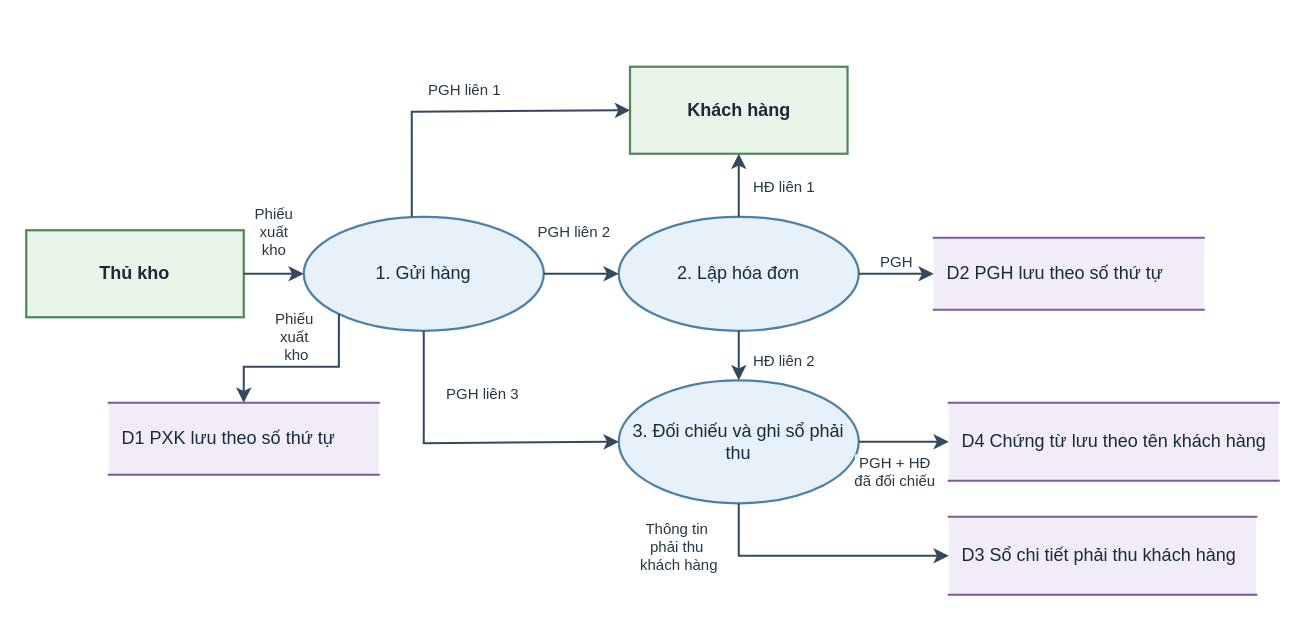
The draw.io diagram assets/drawio/04_fresh_fruit_dfd.drawio in saigonbaddielover/thtrang, before the edit. Source tidied: cells renumbered, new cells numbered last; positions are measured from the earlier drawing's top-left corner, leaving out a move shared by most shapes. Both pictures are drawn from the tidied source at 150%, with x=0, y=0 at pixel (26, 66).
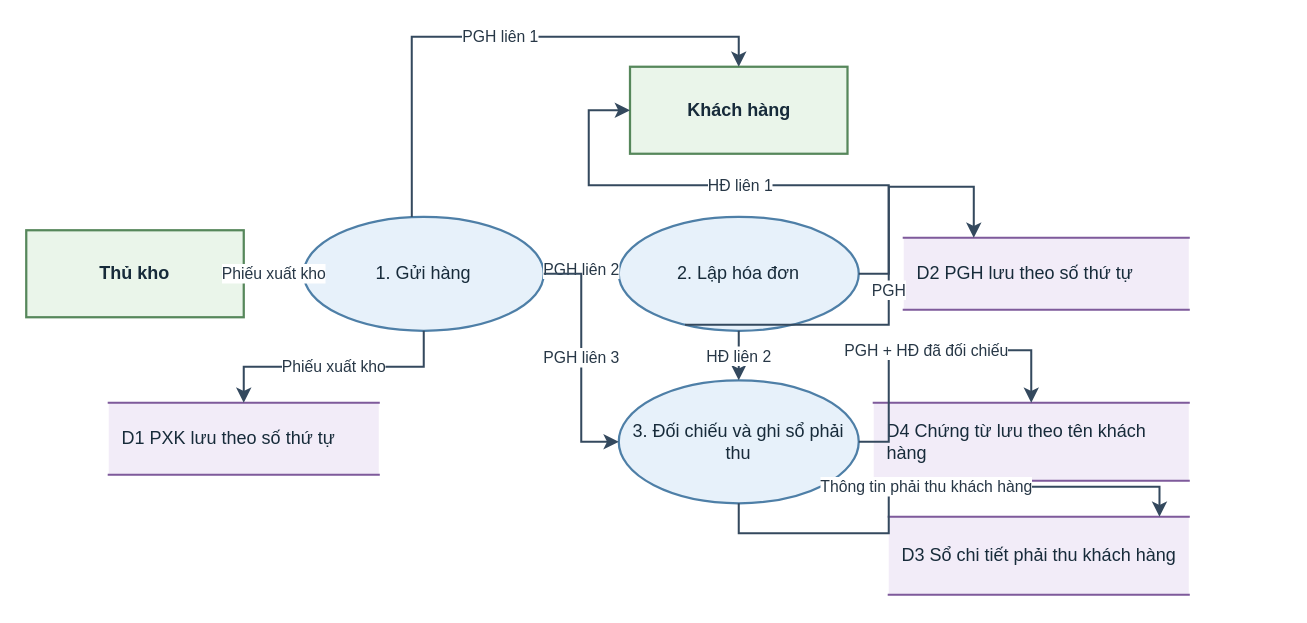
Above is the later version.

The change refers to these unchanged cells:
```xml
<mxCell id="2" value="Thủ kho" style="rounded=0;html=1;whiteSpace=wrap;fontFamily=Arial;align=center;verticalAlign=middle;fontColor=#172B3A; fontSize=11;fontStyle=1;spacing=5;fillColor=#EAF5EA;strokeColor=#56875B;strokeWidth=1.5;" parent="1" vertex="1">
  <mxGeometry y="109" width="145" height="58" as="geometry" />
</mxCell>
<mxCell id="3" value="Khách hàng" style="rounded=0;html=1;whiteSpace=wrap;fontFamily=Arial;align=center;verticalAlign=middle;fontColor=#172B3A; fontSize=11;fontStyle=1;spacing=5;fillColor=#EAF5EA;strokeColor=#56875B;strokeWidth=1.5;" parent="1" vertex="1">
  <mxGeometry x="402.5" width="145" height="58" as="geometry" />
</mxCell>
<mxCell id="4" value="1. Gửi hàng" style="shape=ellipse;perimeter=ellipsePerimeter;html=1;whiteSpace=wrap;fontFamily=Arial;align=center;verticalAlign=middle;fontColor=#172B3A; fontSize=11;spacing=5;fillColor=#E7F1FA;strokeColor=#4E7FA7;strokeWidth=1.5;" parent="1" vertex="1">
  <mxGeometry x="185" y="100" width="160" height="76" as="geometry" />
</mxCell>
<mxCell id="5" value="2. Lập hóa đơn" style="shape=ellipse;perimeter=ellipsePerimeter;html=1;whiteSpace=wrap;fontFamily=Arial;align=center;verticalAlign=middle;fontColor=#172B3A; fontSize=11;spacing=5;fillColor=#E7F1FA;strokeColor=#4E7FA7;strokeWidth=1.5;" parent="1" vertex="1">
  <mxGeometry x="395" y="100" width="160" height="76" as="geometry" />
</mxCell>
<mxCell id="6" value="3. Đối chiếu và ghi sổ phải thu" style="shape=ellipse;perimeter=ellipsePerimeter;html=1;whiteSpace=wrap;fontFamily=Arial;align=center;verticalAlign=middle;fontColor=#172B3A; fontSize=11;spacing=5;fillColor=#E7F1FA;strokeColor=#4E7FA7;strokeWidth=1.5;" parent="1" vertex="1">
  <mxGeometry x="395" y="209" width="160" height="82" as="geometry" />
</mxCell>
```

Diff of the diagram source:
```diff
@@
-    <mxCell id="7" value="D1  PXK lưu theo số thứ tự" style="shape=partialRectangle;right=0;left=0;html=1;whiteSpace=wrap;fontFamily=Arial;align=center;verticalAlign=middle;fontColor=#172B3A; fontSize=10;align=left;spacingLeft=7;spacingRight=4;fillColor=#F2ECF8;strokeColor=#7E5A9B;strokeWidth=1.4;" parent="1" vertex="1">
+    <mxCell id="7" value="D1  PXK lưu theo số thứ tự" style="shape=partialRectangle;right=0;left=0;html=1;whiteSpace=wrap;fontFamily=Arial;align=center;verticalAlign=middle;fontColor=#172B3A; fontSize=10.5;align=left;spacingLeft=7;spacingRight=4;fillColor=#F2ECF8;strokeColor=#7E5A9B;strokeWidth=1.4;" parent="1" vertex="1">
       <mxGeometry x="55" y="224" width="180" height="48" as="geometry" />
     </mxCell>
-    <mxCell id="8" value="D2  PGH lưu theo số thứ tự" style="shape=partialRectangle;right=0;left=0;html=1;whiteSpace=wrap;fontFamily=Arial;align=center;verticalAlign=middle;fontColor=#172B3A; fontSize=10;align=left;spacingLeft=7;spacingRight=4;fillColor=#F2ECF8;strokeColor=#7E5A9B;strokeWidth=1.4;" parent="1" vertex="1">
-      <mxGeometry x="605" y="114" width="180" height="48" as="geometry" />
+    <mxCell id="8" value="D2  PGH lưu theo số thứ tự" style="shape=partialRectangle;right=0;left=0;html=1;whiteSpace=wrap;fontFamily=Arial;align=center;verticalAlign=middle;fontColor=#172B3A; fontSize=10.5;align=left;spacingLeft=7;spacingRight=4;fillColor=#F2ECF8;strokeColor=#7E5A9B;strokeWidth=1.4;" parent="1" vertex="1">
+      <mxGeometry x="585" y="114" width="190" height="48" as="geometry" />
     </mxCell>
-    <mxCell id="9" value="D3  Sổ chi tiết phải thu khách hàng" style="shape=partialRectangle;right=0;left=0;html=1;whiteSpace=wrap;fontFamily=Arial;align=center;verticalAlign=middle;fontColor=#172B3A; fontSize=10;align=left;spacingLeft=7;spacingRight=4;fillColor=#F2ECF8;strokeColor=#7E5A9B;strokeWidth=1.4;" parent="1" vertex="1">
-      <mxGeometry x="615" y="300" width="205" height="52" as="geometry" />
+    <mxCell id="9" value="D3  Sổ chi tiết phải thu khách hàng" style="shape=partialRectangle;right=0;left=0;html=1;whiteSpace=wrap;fontFamily=Arial;align=center;verticalAlign=middle;fontColor=#172B3A; fontSize=10.5;align=left;spacingLeft=7;spacingRight=4;fillColor=#F2ECF8;strokeColor=#7E5A9B;strokeWidth=1.4;" parent="1" vertex="1">
+      <mxGeometry x="575" y="300" width="200" height="52" as="geometry" />
     </mxCell>
-    <mxCell id="10" value="D4  Chứng từ lưu theo tên khách hàng" style="shape=partialRectangle;right=0;left=0;html=1;whiteSpace=wrap;fontFamily=Arial;align=center;verticalAlign=middle;fontColor=#172B3A; fontSize=10;align=left;spacingLeft=7;spacingRight=4;fillColor=#F2ECF8;strokeColor=#7E5A9B;strokeWidth=1.4;" parent="1" vertex="1">
-      <mxGeometry x="615" y="224" width="220" height="52" as="geometry" />
+    <mxCell id="10" value="D4  Chứng từ lưu theo tên khách hàng" style="shape=partialRectangle;right=0;left=0;html=1;whiteSpace=wrap;fontFamily=Arial;align=center;verticalAlign=middle;fontColor=#172B3A; fontSize=10.5;align=left;spacingLeft=7;spacingRight=4;fillColor=#F2ECF8;strokeColor=#7E5A9B;strokeWidth=1.4;" parent="1" vertex="1">
+      <mxGeometry x="565" y="224" width="210" height="52" as="geometry" />
     </mxCell>
-    <mxCell id="11" value="Phiếu&lt;div&gt;xuất&lt;/div&gt;&lt;div&gt;kho&lt;/div&gt;" style="edgeStyle=orthogonalEdgeStyle;rounded=0;jettySize=auto;html=1;fontFamily=Arial;fontSize=10;fontColor=#273746;labelBackgroundColor=#FFFFFF;strokeColor=#34495E;strokeWidth=1.35;endArrow=classic;endFill=1;exitX=1;exitY=0.5;entryX=0;entryY=0.5;" parent="1" edge="1" source="2" target="4">
-      <mxGeometry y="28" relative="1" as="geometry" />
+    <mxCell id="11" value="Phiếu xuất kho" style="edgeStyle=orthogonalEdgeStyle;rounded=0;jettySize=auto;html=1;fontFamily=Arial;fontSize=10.5;fontColor=#273746;labelBackgroundColor=#FFFFFF;strokeColor=#34495E;strokeWidth=1.35;endArrow=classic;endFill=1;exitX=1;exitY=0.5;entryX=0;entryY=0.5;" parent="1" edge="1" source="2" target="4">
+      <mxGeometry relative="1" as="geometry" />
     </mxCell>
-    <mxCell id="12" value="PGH liên 1" style="edgeStyle=orthogonalEdgeStyle;rounded=0;jettySize=auto;html=1;fontFamily=Arial;fontSize=10;fontColor=#273746;labelBackgroundColor=#FFFFFF;strokeColor=#34495E;strokeWidth=1.35;endArrow=classic;endFill=1;exitX=0.45;exitY=0;entryX=0;entryY=0.5;entryDx=0;entryDy=0;" parent="1" edge="1" source="4" target="3">
-      <mxGeometry x="-0.03" y="15" relative="1" as="geometry">
-        <Array as="points">
-          <mxPoint x="257.2" y="30" />
-          <mxPoint x="402.5" y="30" />
-        </Array>
-      </mxGeometry>
+    <mxCell id="12" value="PGH liên 1" style="edgeStyle=orthogonalEdgeStyle;rounded=0;jettySize=auto;html=1;fontFamily=Arial;fontSize=10.5;fontColor=#273746;labelBackgroundColor=#FFFFFF;strokeColor=#34495E;strokeWidth=1.35;endArrow=classic;endFill=1;exitX=0.45;exitY=0;entryX=0.5;entryY=0;" parent="1" edge="1" source="4" target="3">
+      <mxGeometry relative="1" as="geometry" />
     </mxCell>
-    <mxCell id="13" value="PGH liên 2" style="edgeStyle=orthogonalEdgeStyle;rounded=0;jettySize=auto;html=1;fontFamily=Arial;fontSize=10;fontColor=#273746;labelBackgroundColor=#FFFFFF;strokeColor=#34495E;strokeWidth=1.35;endArrow=classic;endFill=1;exitX=1;exitY=0.5;entryX=0;entryY=0.5;exitDx=0;exitDy=0;entryDx=0;entryDy=0;" parent="1" edge="1" source="4" target="5">
-      <mxGeometry x="-0.2" y="28" relative="1" as="geometry" />
+    <mxCell id="13" value="PGH liên 2" style="edgeStyle=orthogonalEdgeStyle;rounded=0;jettySize=auto;html=1;fontFamily=Arial;fontSize=10.5;fontColor=#273746;labelBackgroundColor=#FFFFFF;strokeColor=#34495E;strokeWidth=1.35;endArrow=classic;endFill=1;exitX=1;exitY=0.45;entryX=0;entryY=0.45;" parent="1" edge="1" source="4" target="5">
+      <mxGeometry relative="1" as="geometry" />
     </mxCell>
-    <mxCell id="14" value="PGH liên 3" style="edgeStyle=orthogonalEdgeStyle;rounded=0;jettySize=auto;html=1;fontFamily=Arial;fontSize=10;fontColor=#273746;labelBackgroundColor=#FFFFFF;strokeColor=#34495E;strokeWidth=1.35;endArrow=classic;endFill=1;exitX=0.5;exitY=1;exitDx=0;exitDy=0;entryX=0;entryY=0.5;entryDx=0;entryDy=0;" parent="1" edge="1" source="4" target="6">
-      <mxGeometry x="0.11" y="33" relative="1" as="geometry">
-        <Array as="points">
-          <mxPoint x="265" y="251" />
-        </Array>
-      </mxGeometry>
+    <mxCell id="14" value="PGH liên 3" style="edgeStyle=orthogonalEdgeStyle;rounded=0;jettySize=auto;html=1;fontFamily=Arial;fontSize=10.5;fontColor=#273746;labelBackgroundColor=#FFFFFF;strokeColor=#34495E;strokeWidth=1.35;endArrow=classic;endFill=1;exitX=1;exitY=0.5;entryX=0;entryY=0.5;" parent="1" edge="1" source="4" target="6">
+      <mxGeometry relative="1" as="geometry" />
     </mxCell>
-    <mxCell id="15" value="Phiếu&amp;nbsp;&lt;div&gt;xuất&amp;nbsp;&lt;/div&gt;&lt;div&gt;kho&lt;/div&gt;" style="edgeStyle=orthogonalEdgeStyle;rounded=0;jettySize=auto;html=1;fontFamily=Arial;fontSize=10;fontColor=#273746;labelBackgroundColor=#FFFFFF;strokeColor=#34495E;strokeWidth=1.35;endArrow=classic;endFill=1;entryX=0.5;entryY=0;exitX=0;exitY=1;exitDx=0;exitDy=0;" parent="1" edge="1" source="4" target="7">
-      <mxGeometry x="0.04" y="-20" relative="1" as="geometry" />
+    <mxCell id="15" value="Phiếu xuất kho" style="edgeStyle=orthogonalEdgeStyle;rounded=0;jettySize=auto;html=1;fontFamily=Arial;fontSize=10.5;fontColor=#273746;labelBackgroundColor=#FFFFFF;strokeColor=#34495E;strokeWidth=1.35;endArrow=classic;endFill=1;exitX=0.5;exitY=1;entryX=0.5;entryY=0;" parent="1" edge="1" source="4" target="7">
+      <mxGeometry relative="1" as="geometry" />
     </mxCell>
-    <mxCell id="16" value="HĐ liên 1" style="edgeStyle=orthogonalEdgeStyle;rounded=0;jettySize=auto;html=1;fontFamily=Arial;fontSize=10;fontColor=#273746;labelBackgroundColor=#FFFFFF;strokeColor=#34495E;strokeWidth=1.35;endArrow=classic;endFill=1;exitX=0.5;exitY=0;exitDx=0;exitDy=0;entryX=0.5;entryY=1;entryDx=0;entryDy=0;" parent="1" edge="1" source="5" target="3">
-      <mxGeometry x="-0.05" y="-30" relative="1" as="geometry">
-        <Array as="points">
-          <mxPoint x="475" y="80" />
-          <mxPoint x="475" y="80" />
-        </Array>
-      </mxGeometry>
+    <mxCell id="16" value="HĐ liên 1" style="edgeStyle=orthogonalEdgeStyle;rounded=0;jettySize=auto;html=1;fontFamily=Arial;fontSize=10.5;fontColor=#273746;labelBackgroundColor=#FFFFFF;strokeColor=#34495E;strokeWidth=1.35;endArrow=classic;endFill=1;exitX=1;exitY=0.5;entryX=0;entryY=0.5;" parent="1" edge="1" source="5" target="3">
+      <mxGeometry relative="1" as="geometry" />
     </mxCell>
-    <mxCell id="17" value="HĐ liên 2" style="edgeStyle=orthogonalEdgeStyle;rounded=0;jettySize=auto;html=1;fontFamily=Arial;fontSize=10;fontColor=#273746;labelBackgroundColor=#FFFFFF;strokeColor=#34495E;strokeWidth=1.35;endArrow=classic;endFill=1;exitX=0.5;exitY=1;entryX=0.5;entryY=0;entryDx=0;entryDy=0;exitDx=0;exitDy=0;" parent="1" edge="1" source="5" target="6">
-      <mxGeometry x="0.23" y="30" relative="1" as="geometry">
-        <Array as="points">
-          <mxPoint x="475" y="200" />
-          <mxPoint x="475" y="200" />
-        </Array>
-      </mxGeometry>
+    <mxCell id="17" value="HĐ liên 2" style="edgeStyle=orthogonalEdgeStyle;rounded=0;jettySize=auto;html=1;fontFamily=Arial;fontSize=10.5;fontColor=#273746;labelBackgroundColor=#FFFFFF;strokeColor=#34495E;strokeWidth=1.35;endArrow=classic;endFill=1;exitX=0.5;exitY=1;entryX=0.5;entryY=0;" parent="1" edge="1" source="5" target="6">
+      <mxGeometry relative="1" as="geometry" />
     </mxCell>
-    <mxCell id="18" value="PGH" style="edgeStyle=orthogonalEdgeStyle;rounded=0;jettySize=auto;html=1;fontFamily=Arial;fontSize=10;fontColor=#273746;labelBackgroundColor=#FFFFFF;strokeColor=#34495E;strokeWidth=1.35;endArrow=classic;endFill=1;exitX=1;exitY=0.5;exitDx=0;exitDy=0;entryX=0;entryY=0.5;entryDx=0;entryDy=0;" parent="1" edge="1" source="5" target="8">
-      <mxGeometry y="8" relative="1" as="geometry">
-        <Array as="points">
-          <mxPoint x="585" y="138" />
-          <mxPoint x="585" y="138" />
-        </Array>
-      </mxGeometry>
+    <mxCell id="18" value="PGH" style="edgeStyle=orthogonalEdgeStyle;rounded=0;jettySize=auto;html=1;fontFamily=Arial;fontSize=10.5;fontColor=#273746;labelBackgroundColor=#FFFFFF;strokeColor=#34495E;strokeWidth=1.35;endArrow=classic;endFill=1;exitX=0.25;exitY=1;entryX=0.245667;entryY=0;" parent="1" edge="1" source="5" target="8">
+      <mxGeometry relative="1" as="geometry" />
     </mxCell>
-    <mxCell id="19" value="Thông tin&amp;nbsp;&lt;div&gt;phải thu&amp;nbsp;&lt;div&gt;khách hàng&lt;/div&gt;&lt;/div&gt;" style="edgeStyle=orthogonalEdgeStyle;rounded=0;jettySize=auto;html=1;fontFamily=Arial;fontSize=10;fontColor=#273746;labelBackgroundColor=#FFFFFF;strokeColor=#34495E;strokeWidth=1.35;endArrow=classic;endFill=1;exitX=0.5;exitY=1;exitDx=0;exitDy=0;entryX=0;entryY=0.5;entryDx=0;entryDy=0;" parent="1" edge="1" source="6" target="9">
-      <mxGeometry x="-0.67" y="-40" relative="1" as="geometry">
-        <Array as="points">
-          <mxPoint x="475" y="326" />
-        </Array>
-      </mxGeometry>
+    <mxCell id="19" value="Thông tin phải thu khách hàng" style="edgeStyle=orthogonalEdgeStyle;rounded=0;jettySize=auto;html=1;fontFamily=Arial;fontSize=10.5;fontColor=#273746;labelBackgroundColor=#FFFFFF;strokeColor=#34495E;strokeWidth=1.35;endArrow=classic;endFill=1;exitX=0.5;exitY=1;entryX=0.902439;entryY=0;" parent="1" edge="1" source="6" target="9">
+      <mxGeometry relative="1" as="geometry" />
     </mxCell>
-    <mxCell id="20" value="PGH + HĐ&lt;div&gt;đã đối chiếu&lt;/div&gt;" style="edgeStyle=orthogonalEdgeStyle;rounded=0;jettySize=auto;html=1;fontFamily=Arial;fontSize=10;fontColor=#273746;labelBackgroundColor=#FFFFFF;strokeColor=#34495E;strokeWidth=1.35;endArrow=classic;endFill=1;exitX=1;exitY=0.5;exitDx=0;exitDy=0;entryX=0;entryY=0.5;entryDx=0;entryDy=0;" parent="1" edge="1" source="6" target="10">
-      <mxGeometry x="-0.2" y="-20" relative="1" as="geometry" />
+    <mxCell id="20" value="PGH + HĐ đã đối chiếu" style="edgeStyle=orthogonalEdgeStyle;rounded=0;jettySize=auto;html=1;fontFamily=Arial;fontSize=10.5;fontColor=#273746;labelBackgroundColor=#FFFFFF;strokeColor=#34495E;strokeWidth=1.35;endArrow=classic;endFill=1;exitX=1;exitY=0.5;entryX=0.5;entryY=0;" parent="1" edge="1" source="6" target="10">
+      <mxGeometry relative="1" as="geometry" />
     </mxCell>
```
